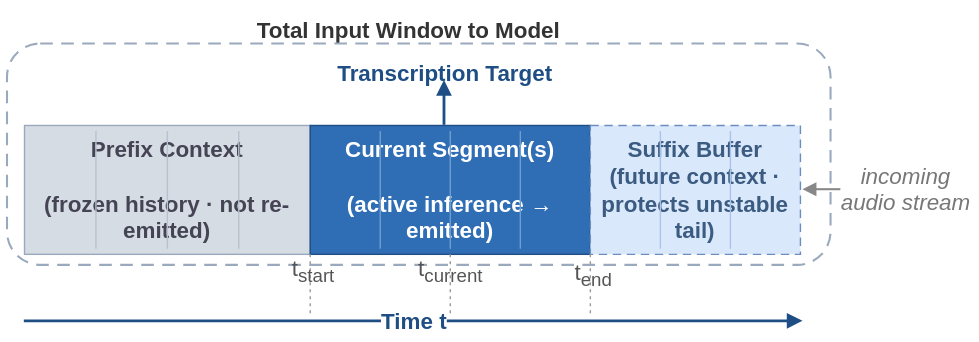
The draw.io diagram paper/tougao_new/3次调整/attach/drawprompt/pic4.drawio.svg in hua0424/streamllm, before a commit. Source tidied: cells renumbered, new cells last; positions are measured from the earlier drawing's top-left corner, leaving out a move shared by most shapes.
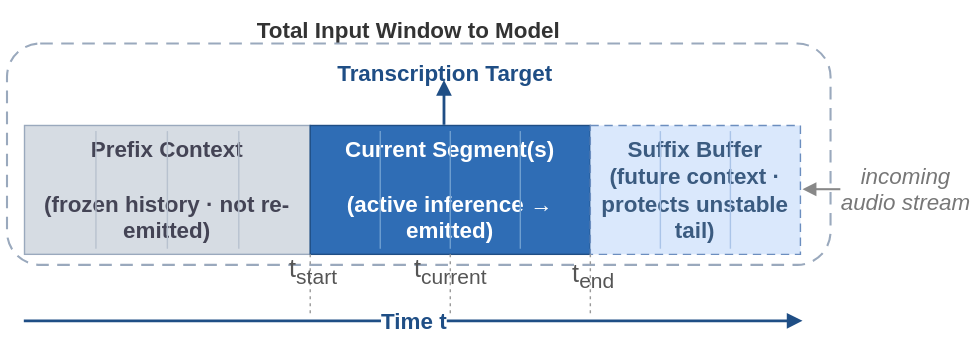
Later version of the same file.

The edit, as a diff of the source:
```diff
@@ -100,13 +100,13 @@
         <mxPoint x="416" y="218" as="targetPoint" />
       </mxGeometry>
     </mxCell>
-    <mxCell id="22" value="&lt;font style=&quot;font-size: 16px;&quot; face=&quot;Helvetica&quot;&gt;t&lt;sub style=&quot;&quot;&gt;start&lt;/sub&gt;&lt;/font&gt;" style="text;html=1;align=center;fontSize=11;fontColor=#555555;" parent="1" vertex="1">
+    <mxCell id="22" value="&lt;font style=&quot;font-size: 18px;&quot; face=&quot;Helvetica&quot;&gt;t&lt;sub style=&quot;&quot;&gt;start&lt;/sub&gt;&lt;/font&gt;" style="text;html=1;align=center;fontSize=11;fontColor=#555555;" parent="1" vertex="1">
       <mxGeometry x="193" y="170" width="50" height="14" as="geometry" />
     </mxCell>
-    <mxCell id="23" value="&lt;font style=&quot;font-size: 16px;&quot; face=&quot;Helvetica&quot;&gt;t&lt;sub style=&quot;&quot;&gt;current&lt;/sub&gt;&lt;/font&gt;" style="text;html=1;align=center;fontSize=11;fontColor=#555555;" parent="1" vertex="1">
+    <mxCell id="23" value="&lt;font style=&quot;font-size: 18px;&quot; face=&quot;Helvetica&quot;&gt;t&lt;sub style=&quot;&quot;&gt;current&lt;/sub&gt;&lt;/font&gt;" style="text;html=1;align=center;fontSize=11;fontColor=#555555;" parent="1" vertex="1">
       <mxGeometry x="286" y="170" width="60" height="14" as="geometry" />
     </mxCell>
-    <mxCell id="24" value="&lt;font style=&quot;font-size: 16px;&quot; face=&quot;Helvetica&quot;&gt;t&lt;sub style=&quot;&quot;&gt;end&lt;/sub&gt;&lt;/font&gt;" style="text;html=1;align=center;fontSize=11;fontColor=#555555;" parent="1" vertex="1">
+    <mxCell id="24" value="&lt;font style=&quot;font-size: 18px;&quot; face=&quot;Helvetica&quot;&gt;t&lt;sub style=&quot;&quot;&gt;end&lt;/sub&gt;&lt;/font&gt;" style="text;html=1;align=center;fontSize=11;fontColor=#555555;" parent="1" vertex="1">
       <mxGeometry x="393" y="173" width="50" height="14" as="geometry" />
     </mxCell>
     <mxCell id="25" value="&lt;font face=&quot;Helvetica&quot; style=&quot;font-size: 16px;&quot;&gt;Time t&lt;/font&gt;" style="endArrow=block;html=1;strokeColor=#1f4e85;strokeWidth=2;fontSize=11;fontStyle=1;fontColor=#1f4e85;" parent="1" edge="1">
```
